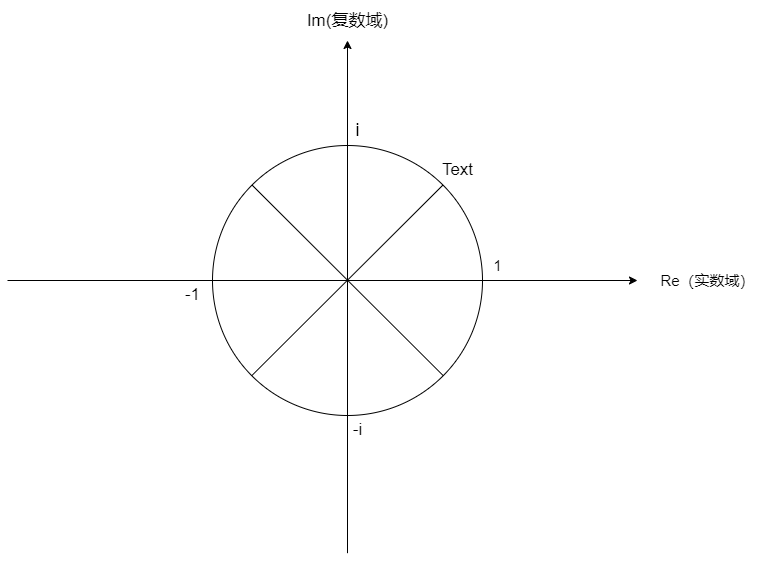
Above: fft_复数.png in TDppy/Diagram (draw.io), before the change. Source tidied: cells renumbered, new cells last; positions are measured from the earlier drawing's top-left corner, leaving out a move shared by most shapes.
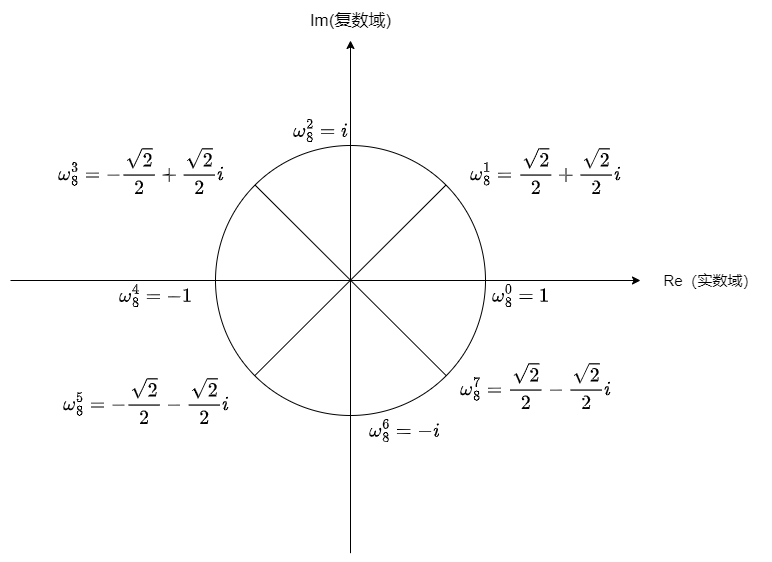
Later version of the same file.

Change to the diagram source:
```diff
@@ -1,4 +1,4 @@
-<mxGraphModel>
+<mxGraphModel math="1">
   <root>
     <mxCell id="0" />
     <mxCell id="1" parent="0" />
@@ -20,20 +20,14 @@
     <mxCell id="5" value="&lt;font style=&quot;font-size: 15px;&quot;&gt;Re（实数域）&lt;/font&gt;" style="text;html=1;align=center;verticalAlign=middle;strokeColor=none;fillColor=none;" parent="1" vertex="1">
       <mxGeometry x="640" y="265" width="120" height="30" as="geometry" />
     </mxCell>
-    <mxCell id="6" value="1" style="text;html=1;align=center;verticalAlign=middle;strokeColor=none;fillColor=none;fontSize=15;" parent="1" vertex="1">
-      <mxGeometry x="475" y="250" width="30" height="30" as="geometry" />
-    </mxCell>
-    <mxCell id="7" value="&lt;font style=&quot;font-size: 18px;&quot;&gt;i&lt;/font&gt;" style="text;html=1;align=center;verticalAlign=middle;strokeColor=none;fillColor=none;fontSize=15;" parent="1" vertex="1">
-      <mxGeometry x="335" y="110" width="30" height="40" as="geometry" />
-    </mxCell>
     <mxCell id="8" value="&lt;font style=&quot;font-size: 17px;&quot;&gt;Im(复数域)&lt;/font&gt;" style="text;html=1;align=center;verticalAlign=middle;strokeColor=none;fillColor=none;fontSize=18;" parent="1" vertex="1">
       <mxGeometry x="290" width="100" height="40" as="geometry" />
     </mxCell>
-    <mxCell id="9" value="-1" style="text;html=1;align=center;verticalAlign=middle;strokeColor=none;fillColor=none;fontSize=17;" parent="1" vertex="1">
-      <mxGeometry x="165" y="280" width="40" height="30" as="geometry" />
+    <mxCell id="9" value="`omega_8^4=-1`" style="text;html=1;align=center;verticalAlign=middle;strokeColor=none;fillColor=none;fontSize=17;" parent="1" vertex="1">
+      <mxGeometry x="70" y="280" width="150" height="30" as="geometry" />
     </mxCell>
-    <mxCell id="10" value="-i" style="text;html=1;align=center;verticalAlign=middle;strokeColor=none;fillColor=none;fontSize=17;" parent="1" vertex="1">
-      <mxGeometry x="335" y="415" width="30" height="30" as="geometry" />
+    <mxCell id="10" value="`omega_8^6=-i`" style="text;html=1;align=center;verticalAlign=middle;strokeColor=none;fillColor=none;fontSize=17;" parent="1" vertex="1">
+      <mxGeometry x="324" y="415" width="140" height="30" as="geometry" />
     </mxCell>
     <mxCell id="11" style="endArrow=none;html=1;rounded=0;fontSize=17;entryX=1;entryY=0;entryDx=0;entryDy=0;exitX=0;exitY=1;exitDx=0;exitDy=0;" parent="1" edge="1" source="2" target="2">
       <mxGeometry relative="1" as="geometry" />
@@ -41,8 +35,23 @@
     <mxCell id="12" style="endArrow=none;html=1;rounded=0;fontSize=17;exitX=0;exitY=0;exitDx=0;exitDy=0;entryX=1;entryY=1;entryDx=0;entryDy=0;" parent="1" edge="1" source="2" target="2">
       <mxGeometry relative="1" as="geometry" />
     </mxCell>
-    <mxCell id="13" value="Text" style="text;html=1;align=center;verticalAlign=middle;strokeColor=none;fillColor=none;fontSize=17;" parent="1" vertex="1">
-      <mxGeometry x="430" y="160" width="40" height="20" as="geometry" />
+    <mxCell id="13" value="`omega_8^1=sqrt(2)/2+sqrt(2)/2i`" style="text;html=1;align=center;verticalAlign=middle;strokeColor=none;fillColor=none;fontSize=17;" parent="1" vertex="1">
+      <mxGeometry x="400" y="155" width="270" height="30" as="geometry" />
     </mxCell>
+    <mxCell id="14" value="`omega_8^0=1`" style="text;html=1;align=center;verticalAlign=middle;strokeColor=none;fillColor=none;fontSize=17;" parent="1" vertex="1">
+      <mxGeometry x="440" y="280" width="140" height="30" as="geometry" />
+    </mxCell>
+    <mxCell id="15" value="`omega_8^2=i`" style="text;html=1;align=center;verticalAlign=middle;strokeColor=none;fillColor=none;fontSize=17;" parent="1" vertex="1">
+      <mxGeometry x="240" y="115" width="140" height="30" as="geometry" />
+    </mxCell>
+    <mxCell id="16" value="`omega_8^3=-sqrt(2)/2+sqrt(2)/2i`" style="text;html=1;align=center;verticalAlign=middle;strokeColor=none;fillColor=none;fontSize=17;" parent="1" vertex="1">
+      <mxGeometry x="-10" y="155" width="280" height="30" as="geometry" />
+    </mxCell>
+    <mxCell id="17" value="`omega_8^5=-sqrt(2)/2-sqrt(2)/2i`" style="text;html=1;align=center;verticalAlign=middle;strokeColor=none;fillColor=none;fontSize=17;" parent="1" vertex="1">
+      <mxGeometry y="385" width="270" height="30" as="geometry" />
+    </mxCell>
+    <mxCell id="18" value="`omega_8^7=sqrt(2)/2-sqrt(2)/2i`" style="text;html=1;align=center;verticalAlign=middle;strokeColor=none;fillColor=none;fontSize=17;" parent="1" vertex="1">
+      <mxGeometry x="390" y="370" width="270" height="30" as="geometry" />
+    </mxCell>
   </root>
 </mxGraphModel>
```
